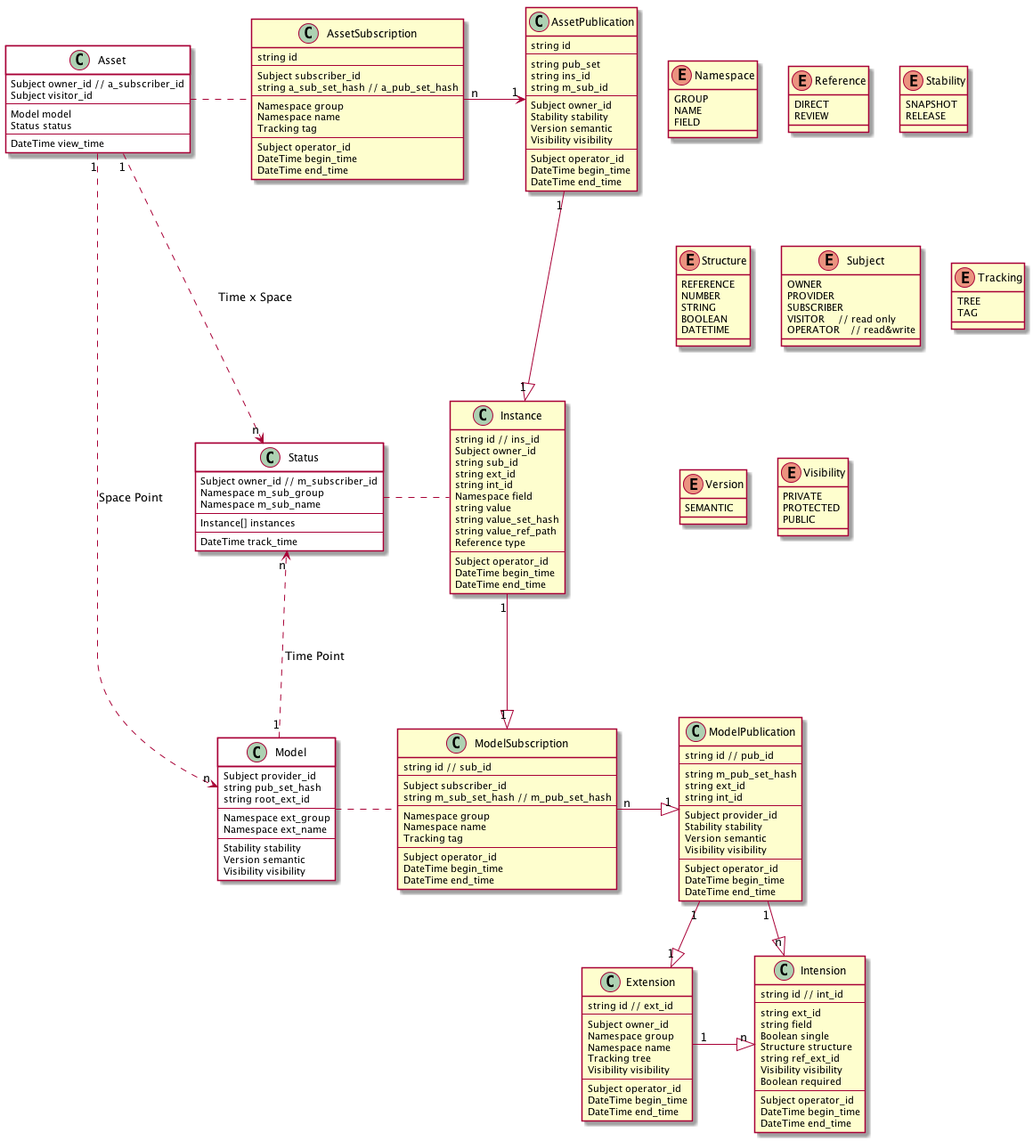
Before: kiimate.png, a diagram exported from PlantUML (SINeWang/kiimate).
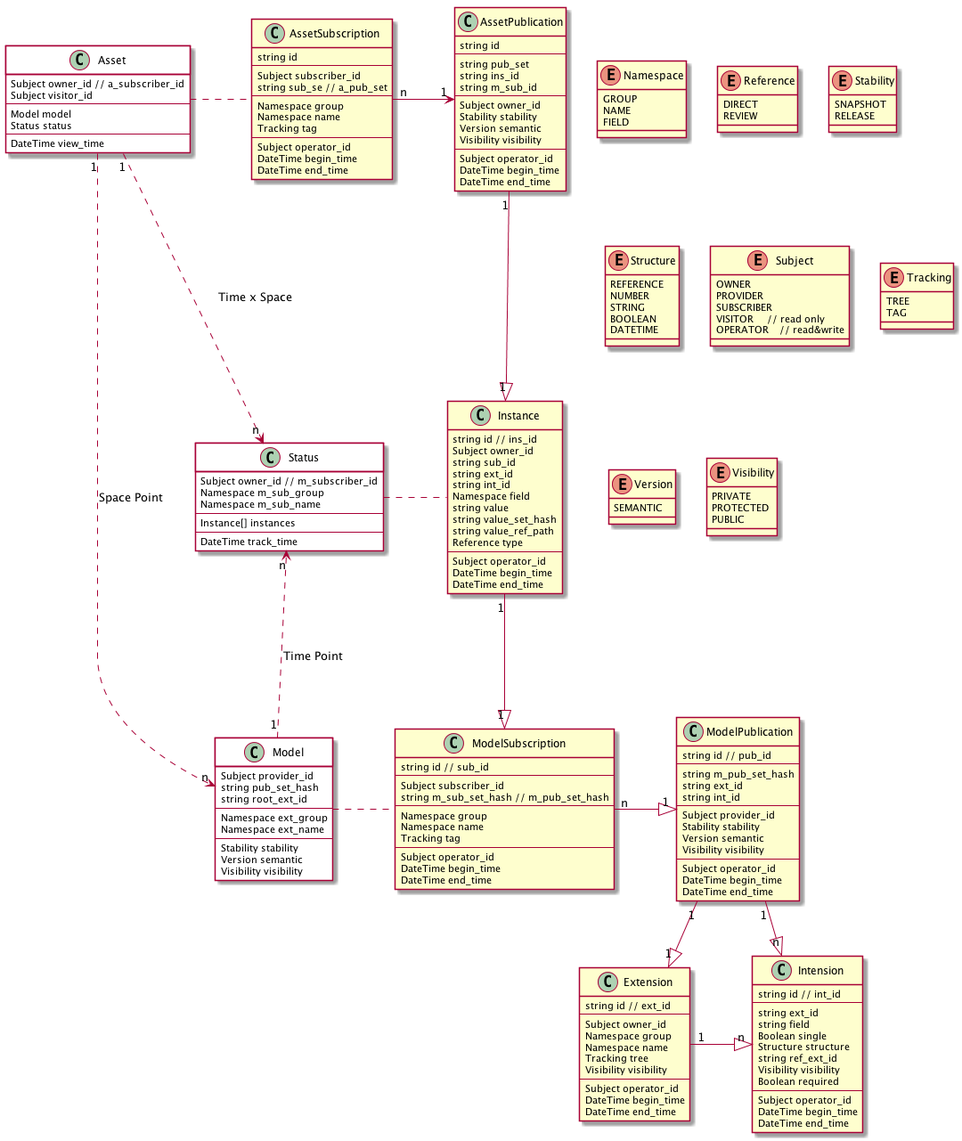
After the commit.

Commit message:
update concept model

What changed in the source:
```diff
@@ -65,7 +65,7 @@
     string id
     ---
     Subject subscriber_id
-    string a_sub_set_hash // a_pub_set_hash
+    string sub_se // a_pub_set
     ---
     Namespace group
     Namespace name
```
